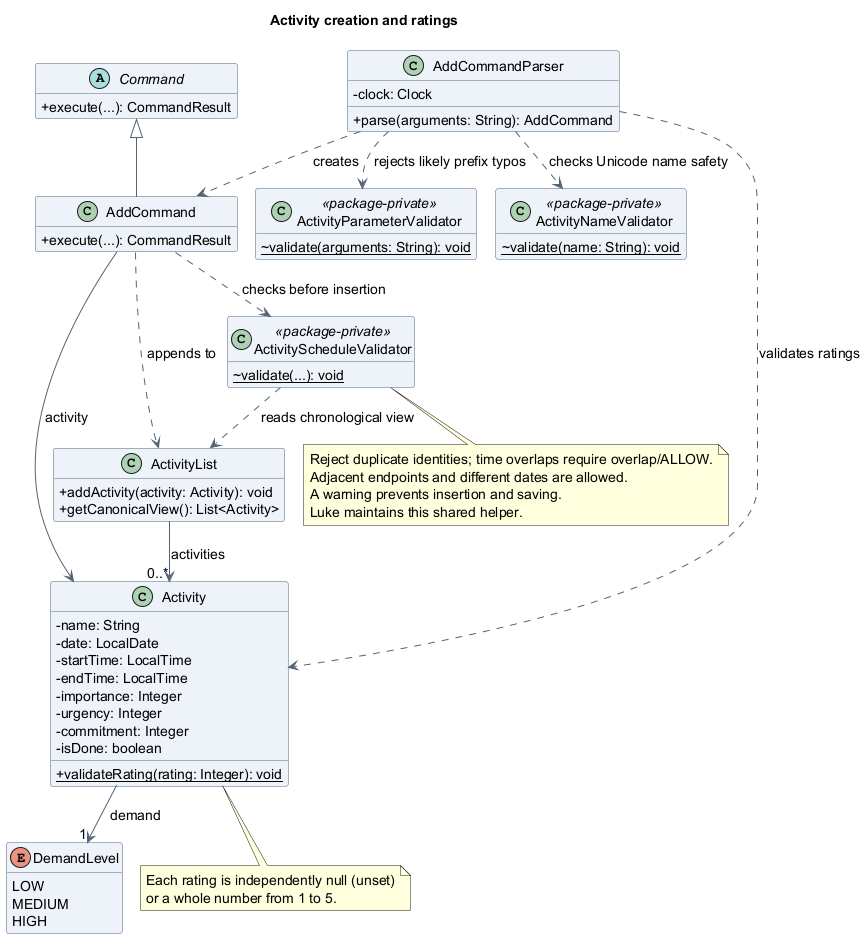
The PlantUML diagram docs/images/atharva/class/ActivityCreationClassDiagram.png in AY2627S1-CS2113-T10-4/tp, before a commit.
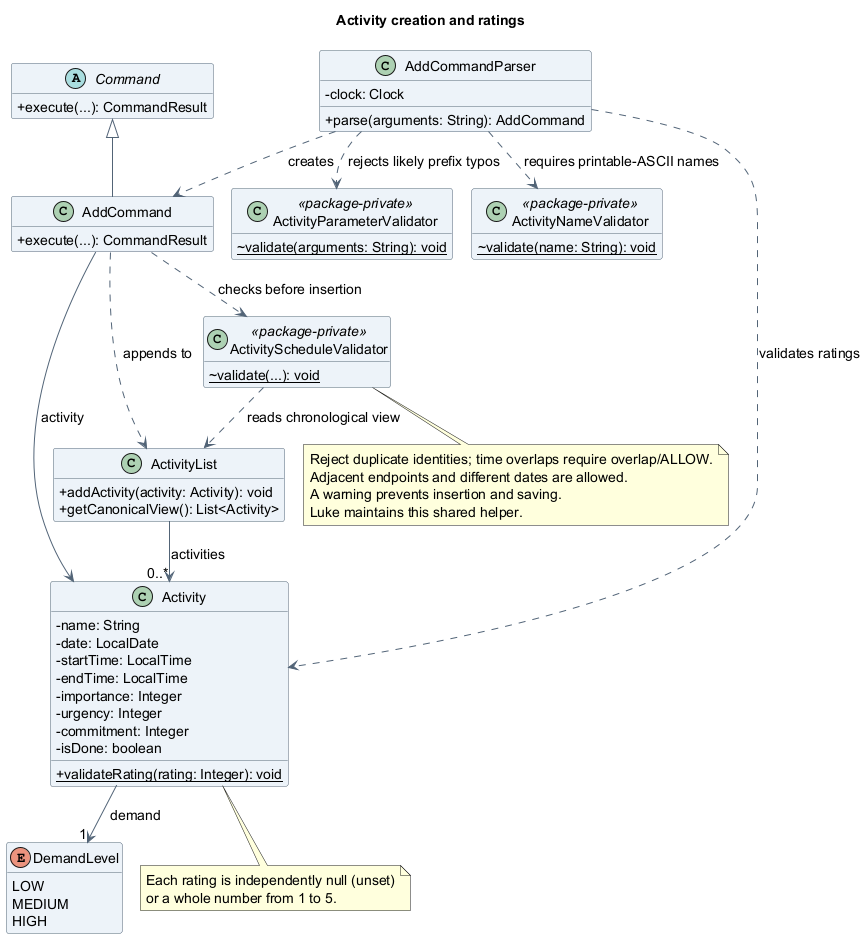
The same diagram one commit later.

The edit, as a diff of the source:
```diff
@@ -54,7 +54,7 @@
 Command <|-- AddCommand
 AddCommandParser ..> AddCommand : creates
 AddCommandParser ..> Activity : validates ratings
-AddCommandParser ..> ActivityNameValidator : checks Unicode name safety
+AddCommandParser ..> ActivityNameValidator : requires printable-ASCII names
 AddCommandParser ..> ActivityParameterValidator : rejects likely prefix typos
 AddCommand ..> ActivityScheduleValidator : checks before insertion
 ActivityScheduleValidator ..> ActivityList : reads chronological view
```
